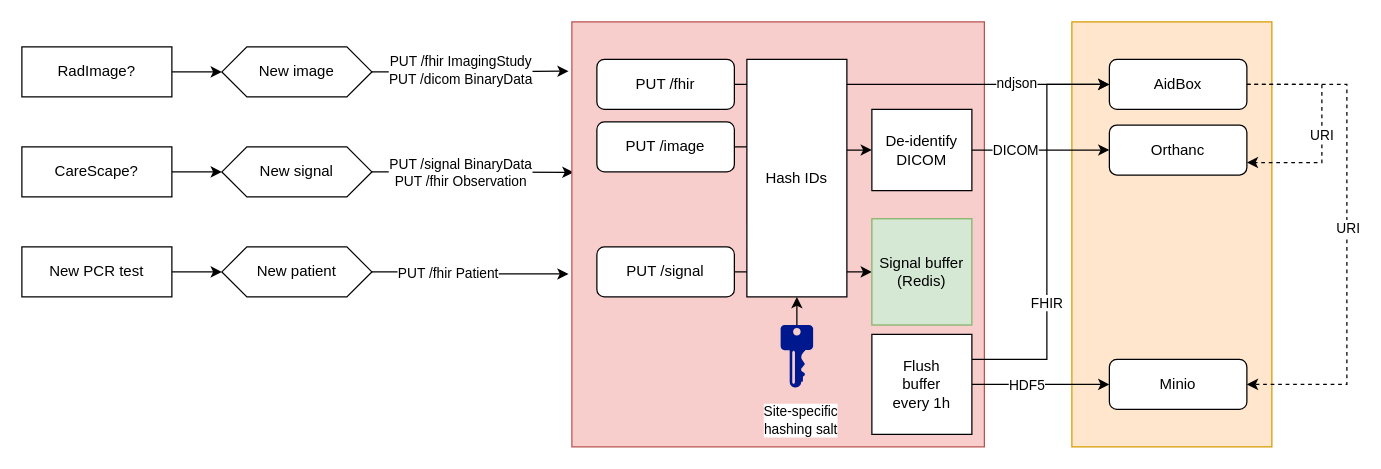
The draw.io diagram graphs/vm-rouge.drawio in CODA-19/coda19-documentation, before the edit. Source tidied: cells renumbered, new cells numbered last; positions are measured from the earlier drawing's top-left corner, leaving out a move shared by most shapes. Both pictures are drawn from the tidied source at 125%, with x=0, y=0 at pixel (21, 21).
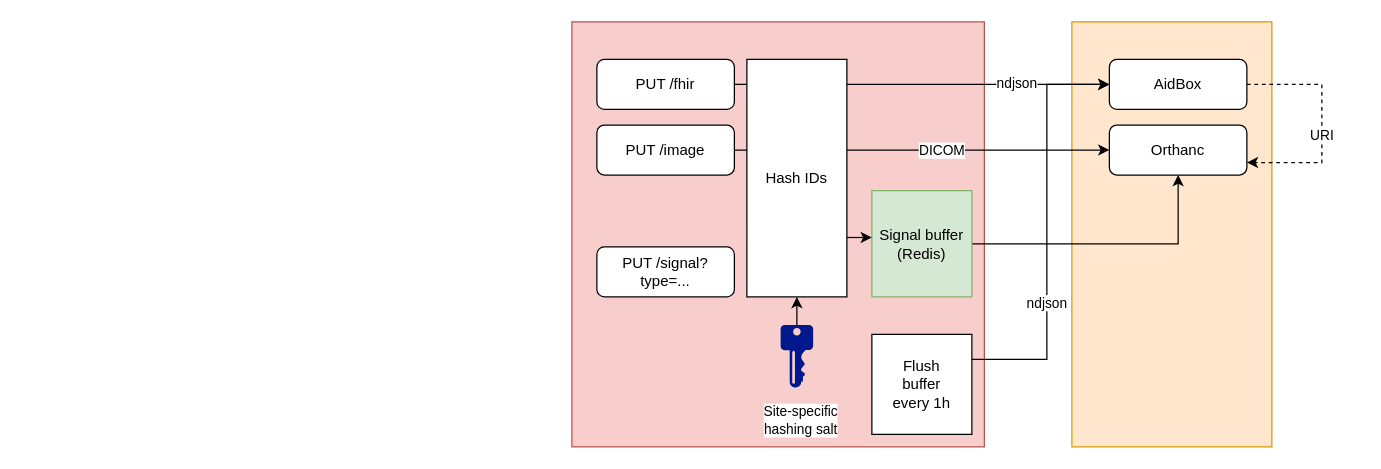
Above is the later version.

The change refers to these unchanged cells:
```xml
<mxCell id="18" value="&lt;span style=&quot;color: rgb(0, 0, 0); font-family: helvetica; font-size: 12px; font-style: normal; font-weight: 400; letter-spacing: normal; text-align: center; text-indent: 0px; text-transform: none; word-spacing: 0px; background-color: rgb(248, 249, 250); display: inline; float: none;&quot;&gt;Hash IDs&lt;/span&gt;" style="rounded=0;whiteSpace=wrap;html=1;fillColor=#f8cecc;strokeColor=#b85450;" parent="1" vertex="1">
  <mxGeometry x="440" width="330" height="340" as="geometry" />
</mxCell>
<mxCell id="31" value="AidBox" style="rounded=1;whiteSpace=wrap;html=1;" parent="1" vertex="1">
  <mxGeometry x="870" y="30" width="110" height="40" as="geometry" />
</mxCell>
<mxCell id="32" value="Hash IDs" style="rounded=0;whiteSpace=wrap;html=1;" parent="1" vertex="1">
  <mxGeometry x="580" y="30" width="80" height="190" as="geometry" />
</mxCell>
<mxCell id="33" value="Orthanc" style="rounded=1;whiteSpace=wrap;html=1;" parent="1" vertex="1">
  <mxGeometry x="870" y="82.5" width="110" height="40" as="geometry" />
</mxCell>
<mxCell id="39" style="edgeStyle=orthogonalEdgeStyle;rounded=0;jettySize=auto;html=1;exitX=1;exitY=0.25;exitDx=0;exitDy=0;entryX=0;entryY=0.5;entryDx=0;entryDy=0;" parent="1" edge="1" source="41" target="31">
  <mxGeometry relative="1" as="geometry">
    <Array as="points">
      <mxPoint x="820" y="270" />
      <mxPoint x="820" y="50" />
    </Array>
  </mxGeometry>
</mxCell>
<mxCell id="41" value="Flush&lt;br&gt;buffer&lt;br&gt;every 1h" style="rounded=0;whiteSpace=wrap;html=1;" parent="1" vertex="1">
  <mxGeometry x="680" y="250" width="80" height="80" as="geometry" />
</mxCell>
```

Change to the diagram source:
```diff
@@
-    <mxCell id="3" style="edgeStyle=orthogonalEdgeStyle;rounded=0;jettySize=auto;html=1;exitX=1;exitY=0.5;exitDx=0;exitDy=0;entryX=0;entryY=0.5;entryDx=0;entryDy=0;" parent="1" edge="1" source="4" target="7">
-      <mxGeometry relative="1" as="geometry" />
-    </mxCell>
-    <mxCell id="4" value="RadImage?" style="rounded=0;whiteSpace=wrap;html=1;" parent="1" vertex="1">
-      <mxGeometry y="20" width="120" height="40" as="geometry" />
-    </mxCell>
-    <mxCell id="5" style="edgeStyle=orthogonalEdgeStyle;rounded=0;jettySize=auto;html=1;exitX=1;exitY=0.5;exitDx=0;exitDy=0;entryX=-0.008;entryY=0.116;entryDx=0;entryDy=0;entryPerimeter=0;" parent="1" edge="1" source="7" target="18">
-      <mxGeometry relative="1" as="geometry" />
-    </mxCell>
-    <mxCell id="6" value="PUT /fhir ImagingStudy&lt;br&gt;PUT /dicom BinaryData" style="edgeLabel;html=1;align=center;verticalAlign=middle;" parent="5" vertex="1">
-      <mxGeometry x="-0.2" y="2" relative="1" as="geometry">
-        <mxPoint x="7" as="offset" />
-      </mxGeometry>
-    </mxCell>
-    <mxCell id="7" value="New image" style="shape=hexagon;perimeter=hexagonPerimeter2;whiteSpace=wrap;html=1;fixedSize=1;" parent="1" vertex="1">
-      <mxGeometry x="160" y="20" width="120" height="40" as="geometry" />
-    </mxCell>
-    <mxCell id="8" style="edgeStyle=orthogonalEdgeStyle;rounded=0;jettySize=auto;html=1;exitX=1;exitY=0.5;exitDx=0;exitDy=0;" parent="1" edge="1" source="9" target="12">
-      <mxGeometry relative="1" as="geometry" />
-    </mxCell>
-    <mxCell id="9" value="CareScape?" style="rounded=0;whiteSpace=wrap;html=1;" parent="1" vertex="1">
-      <mxGeometry y="100" width="120" height="40" as="geometry" />
-    </mxCell>
-    <mxCell id="10" style="edgeStyle=orthogonalEdgeStyle;rounded=0;jettySize=auto;html=1;exitX=1;exitY=0.5;exitDx=0;exitDy=0;entryX=0.004;entryY=0.354;entryDx=0;entryDy=0;entryPerimeter=0;" parent="1" edge="1" source="12" target="18">
-      <mxGeometry relative="1" as="geometry" />
-    </mxCell>
-    <mxCell id="11" value="PUT /signal BinaryData&lt;br&gt;PUT /fhir Observation" style="edgeLabel;html=1;align=center;verticalAlign=middle;" parent="10" vertex="1">
-      <mxGeometry x="-0.21" y="-1" relative="1" as="geometry">
-        <mxPoint x="6" y="-1" as="offset" />
-      </mxGeometry>
-    </mxCell>
-    <mxCell id="12" value="New signal" style="shape=hexagon;perimeter=hexagonPerimeter2;whiteSpace=wrap;html=1;fixedSize=1;" parent="1" vertex="1">
-      <mxGeometry x="160" y="100" width="120" height="40" as="geometry" />
-    </mxCell>
-    <mxCell id="13" style="edgeStyle=orthogonalEdgeStyle;rounded=0;jettySize=auto;html=1;exitX=1;exitY=0.5;exitDx=0;exitDy=0;" parent="1" edge="1" source="14" target="17">
-      <mxGeometry relative="1" as="geometry" />
-    </mxCell>
-    <mxCell id="14" value="New PCR test" style="rounded=0;whiteSpace=wrap;html=1;" parent="1" vertex="1">
-      <mxGeometry y="180" width="120" height="40" as="geometry" />
-    </mxCell>
-    <mxCell id="15" style="edgeStyle=orthogonalEdgeStyle;rounded=0;jettySize=auto;html=1;exitX=1;exitY=0.5;exitDx=0;exitDy=0;entryX=-0.008;entryY=0.593;entryDx=0;entryDy=0;entryPerimeter=0;" parent="1" edge="1" source="17" target="18">
-      <mxGeometry relative="1" as="geometry" />
-    </mxCell>
-    <mxCell id="16" value="PUT /fhir Patient" style="edgeLabel;html=1;align=center;verticalAlign=middle;" parent="15" vertex="1">
-      <mxGeometry x="-0.16" y="1" relative="1" as="geometry">
-        <mxPoint x="-7" y="1" as="offset" />
-      </mxGeometry>
-    </mxCell>
-    <mxCell id="17" value="New patient" style="shape=hexagon;perimeter=hexagonPerimeter2;whiteSpace=wrap;html=1;fixedSize=1;" parent="1" vertex="1">
-      <mxGeometry x="160" y="180" width="120" height="40" as="geometry" />
-    </mxCell>
@@
-    <mxCell id="22" style="edgeStyle=orthogonalEdgeStyle;rounded=0;jettySize=auto;html=1;exitX=1;exitY=0.5;exitDx=0;exitDy=0;entryX=0;entryY=0.5;entryDx=0;entryDy=0;" parent="1" edge="1" source="23" target="36">
-      <mxGeometry relative="1" as="geometry" />
-    </mxCell>
+    <mxCell id="46" style="edgeStyle=orthogonalEdgeStyle;rounded=0;jettySize=auto;html=1;exitX=1;exitY=0.5;exitDx=0;exitDy=0;entryX=0;entryY=0.5;entryDx=0;entryDy=0;" parent="1" edge="1" source="23" target="33">
+      <mxGeometry relative="1" as="geometry" />
+    </mxCell>
+    <mxCell id="35" value="DICOM" style="edgeLabel;html=1;align=center;verticalAlign=middle;" parent="46" vertex="1">
+      <mxGeometry x="0.1" relative="1" as="geometry" />
+    </mxCell>
     <mxCell id="23" value="PUT /image" style="rounded=1;whiteSpace=wrap;html=1;" parent="1" vertex="1">
-      <mxGeometry x="460" y="80" width="110" height="40" as="geometry" />
+      <mxGeometry x="460" y="82.5" width="110" height="40" as="geometry" />
     </mxCell>
-    <mxCell id="24" style="edgeStyle=orthogonalEdgeStyle;rounded=0;jettySize=auto;html=1;exitX=1;exitY=0.5;exitDx=0;exitDy=0;" parent="1" edge="1" source="25" target="26">
-      <mxGeometry relative="1" as="geometry" />
-    </mxCell>
-    <mxCell id="25" value="PUT /signal" style="rounded=1;whiteSpace=wrap;html=1;" parent="1" vertex="1">
+    <mxCell id="25" value="PUT /signal?type=..." style="rounded=1;whiteSpace=wrap;html=1;" parent="1" vertex="1">
       <mxGeometry x="460" y="180" width="110" height="40" as="geometry" />
     </mxCell>
+    <mxCell id="47" style="edgeStyle=orthogonalEdgeStyle;rounded=0;jettySize=auto;html=1;exitX=1;exitY=0.5;exitDx=0;exitDy=0;" parent="1" edge="1" source="26" target="33">
+      <mxGeometry relative="1" as="geometry" />
+    </mxCell>
     <mxCell id="26" value="Signal buffer (Redis)" style="rounded=0;whiteSpace=wrap;html=1;fillColor=#d5e8d4;strokeColor=#82b366;" parent="1" vertex="1">
-      <mxGeometry x="680" y="157.5" width="80" height="85" as="geometry" />
+      <mxGeometry x="680" y="135" width="80" height="85" as="geometry" />
     </mxCell>
@@
-    <mxCell id="29" style="edgeStyle=orthogonalEdgeStyle;rounded=0;jettySize=auto;html=1;exitX=1;exitY=0.5;exitDx=0;exitDy=0;entryX=1;entryY=0.5;entryDx=0;entryDy=0;dashed=1;" parent="1" edge="1" source="31" target="42">
-      <mxGeometry relative="1" as="geometry">
-        <Array as="points">
-          <mxPoint x="1060" y="50" />
-          <mxPoint x="1060" y="290" />
-        </Array>
-      </mxGeometry>
-    </mxCell>
-    <mxCell id="30" value="URI" style="edgeLabel;html=1;align=center;verticalAlign=middle;" parent="29" vertex="1">
-      <mxGeometry x="-0.03" relative="1" as="geometry" />
-    </mxCell>
@@
+    <mxCell id="48" style="edgeStyle=orthogonalEdgeStyle;rounded=0;jettySize=auto;html=1;exitX=1;exitY=0.75;exitDx=0;exitDy=0;" parent="1" edge="1" source="32" target="26">
+      <mxGeometry relative="1" as="geometry">
+        <Array as="points">
+          <mxPoint x="680" y="173" />
+          <mxPoint x="680" y="178" />
+        </Array>
+      </mxGeometry>
+    </mxCell>
@@
-    <mxCell id="34" style="edgeStyle=orthogonalEdgeStyle;rounded=0;jettySize=auto;html=1;exitX=1;exitY=0.5;exitDx=0;exitDy=0;entryX=0;entryY=0.5;entryDx=0;entryDy=0;" parent="1" edge="1" source="36" target="33">
-      <mxGeometry relative="1" as="geometry" />
-    </mxCell>
-    <mxCell id="35" value="DICOM" style="edgeLabel;html=1;align=center;verticalAlign=middle;" parent="34" vertex="1">
-      <mxGeometry x="-0.45" y="4" relative="1" as="geometry">
-        <mxPoint x="4" y="4" as="offset" />
-      </mxGeometry>
-    </mxCell>
-    <mxCell id="36" value="De-identify&lt;br&gt;DICOM" style="rounded=0;whiteSpace=wrap;html=1;" parent="1" vertex="1">
-      <mxGeometry x="680" y="70" width="80" height="65" as="geometry" />
-    </mxCell>
-    <mxCell id="37" style="edgeStyle=orthogonalEdgeStyle;rounded=0;jettySize=auto;html=1;exitX=1;exitY=0.5;exitDx=0;exitDy=0;" parent="1" edge="1" source="41" target="42">
-      <mxGeometry relative="1" as="geometry" />
-    </mxCell>
-    <mxCell id="38" value="HDF5" style="edgeLabel;html=1;align=center;verticalAlign=middle;" parent="37" vertex="1">
-      <mxGeometry x="-0.33" relative="1" as="geometry">
-        <mxPoint x="6" as="offset" />
-      </mxGeometry>
-    </mxCell>
@@
-    <mxCell id="40" value="FHIR" style="edgeLabel;html=1;align=center;verticalAlign=middle;" parent="39" vertex="1">
+    <mxCell id="40" value="ndjson" style="edgeLabel;html=1;align=center;verticalAlign=middle;" parent="39" vertex="1">
       <mxGeometry x="-0.35" y="-2" relative="1" as="geometry">
         <mxPoint x="-3" y="1" as="offset" />
       </mxGeometry>
     </mxCell>
@@
-    <mxCell id="42" value="Minio" style="rounded=1;whiteSpace=wrap;html=1;" parent="1" vertex="1">
-      <mxGeometry x="870" y="270" width="110" height="40" as="geometry" />
-    </mxCell>
```
